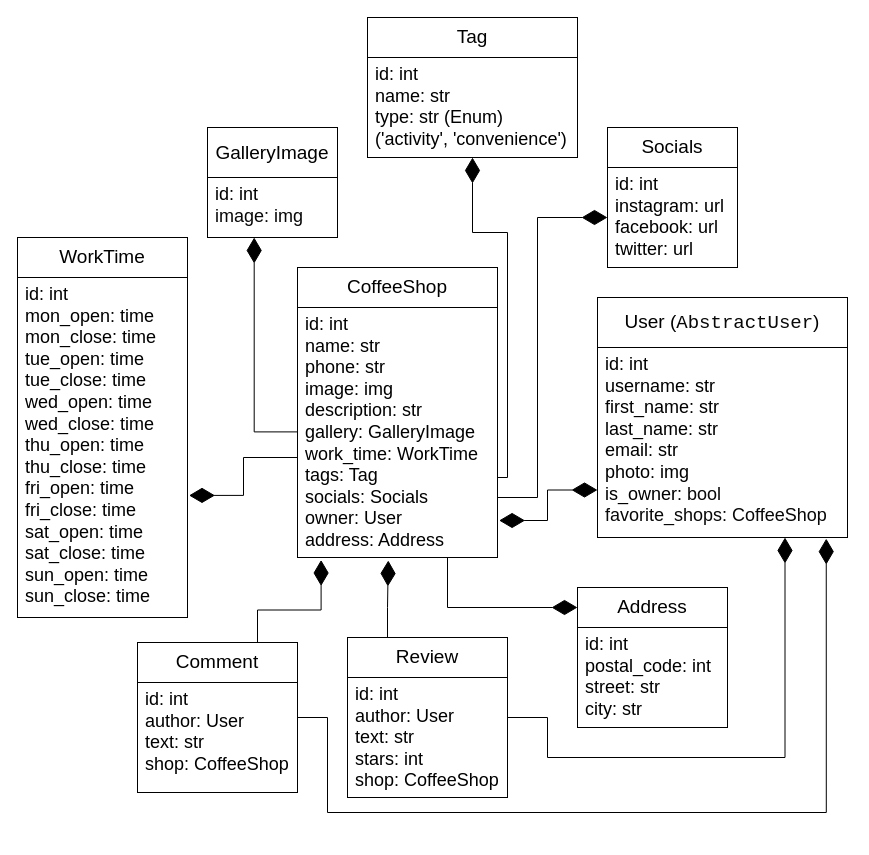
Before: db_diagram.drawio in haldaniko/coffee-shop-catalogue, a draw.io diagram. Source tidied: cells renumbered, new cells numbered last; positions are measured from the earlier drawing's top-left corner, leaving out a move shared by most shapes. Both pictures are drawn from the tidied source at 100%, with x=0, y=0 at pixel (17, 17).
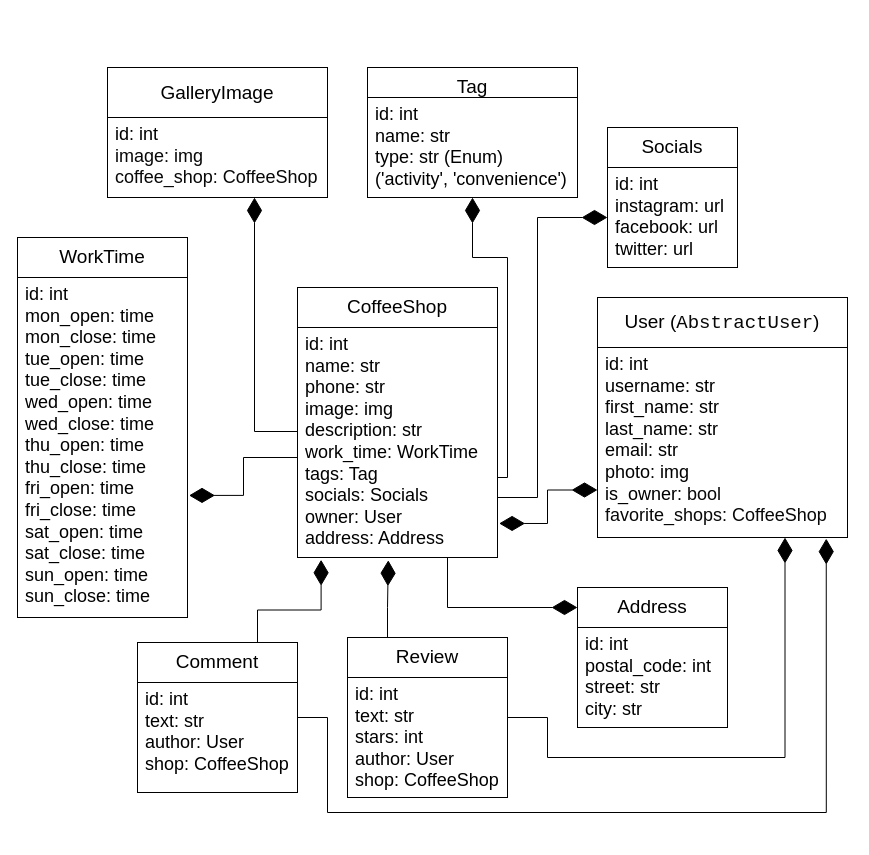
After the change.

Commit message:
rewrite db structure

Diff of the diagram source:
```diff
@@
     <mxCell id="2" value="&lt;p style=&quot;line-height: 100%;&quot;&gt;&lt;font style=&quot;font-size: 19px;&quot;&gt;CoffeeShop&lt;/font&gt;&lt;/p&gt;" style="rounded=0;whiteSpace=wrap;html=1;" parent="1" vertex="1">
-      <mxGeometry x="280" y="250" width="200" height="40" as="geometry" />
+      <mxGeometry x="280" y="270" width="200" height="40" as="geometry" />
     </mxCell>
@@
     <mxCell id="4" style="edgeStyle=orthogonalEdgeStyle;rounded=0;jettySize=auto;html=1;exitX=1;exitY=0.5;exitDx=0;exitDy=0;entryX=0.5;entryY=1;entryDx=0;entryDy=0;fontFamily=Helvetica;fontSize=18;endSize=23;startSize=23;endArrow=diamondThin;endFill=1;" parent="1" edge="1" source="7" target="9">
       <mxGeometry relative="1" as="geometry">
         <Array as="points">
+          <mxPoint x="480" y="415" />
           <mxPoint x="470" y="415" />
           <mxPoint x="470" y="460" />
           <mxPoint x="490" y="460" />
-          <mxPoint x="490" y="215" />
-          <mxPoint x="455" y="215" />
+          <mxPoint x="490" y="240" />
+          <mxPoint x="455" y="240" />
         </Array>
       </mxGeometry>
     </mxCell>
@@
-    <mxCell id="7" value="&lt;font style=&quot;font-size: 18px;&quot;&gt;id: int&lt;br style=&quot;font-size: 18px;&quot;&gt;name: str&lt;br style=&quot;font-size: 18px;&quot;&gt;phone: str&lt;br style=&quot;font-size: 18px;&quot;&gt;image: img&lt;br&gt;description: str&lt;br style=&quot;font-size: 18px;&quot;&gt;gallery: GalleryImage&lt;br&gt;&lt;div&gt;&lt;span style=&quot;background-color: initial;&quot;&gt;work_time: WorkTime&lt;/span&gt;&lt;/div&gt;tags: Tag&lt;br style=&quot;font-size: 18px;&quot;&gt;&lt;/font&gt;&lt;div style=&quot;font-size: 18px;&quot;&gt;&lt;span style=&quot;background-color: initial; font-size: 18px;&quot;&gt;&lt;font style=&quot;font-size: 18px;&quot;&gt;socials: Socials&lt;/font&gt;&lt;/span&gt;&lt;/div&gt;&lt;div style=&quot;font-size: 18px;&quot;&gt;&lt;span style=&quot;background-color: initial;&quot;&gt;owner: User&lt;br&gt;&lt;/span&gt;address: Address&amp;nbsp;&lt;br&gt;&lt;/div&gt;" style="rounded=0;whiteSpace=wrap;html=1;fontSize=18;align=left;verticalAlign=top;spacingLeft=6;" parent="1" vertex="1">
-      <mxGeometry x="280" y="290" width="200" height="250" as="geometry" />
+    <mxCell id="7" value="&lt;font style=&quot;font-size: 18px;&quot;&gt;id: int&lt;br style=&quot;font-size: 18px;&quot;&gt;name: str&lt;br style=&quot;font-size: 18px;&quot;&gt;phone: str&lt;br style=&quot;font-size: 18px;&quot;&gt;image: img&lt;br&gt;description: str&lt;br style=&quot;font-size: 18px;&quot;&gt;&lt;span style=&quot;background-color: initial;&quot;&gt;work_time: WorkTime&lt;/span&gt;&lt;br&gt;tags: Tag&lt;br style=&quot;font-size: 18px;&quot;&gt;&lt;/font&gt;&lt;div style=&quot;font-size: 18px;&quot;&gt;&lt;span style=&quot;background-color: initial; font-size: 18px;&quot;&gt;&lt;font style=&quot;font-size: 18px;&quot;&gt;socials: Socials&lt;/font&gt;&lt;/span&gt;&lt;/div&gt;&lt;div style=&quot;font-size: 18px;&quot;&gt;&lt;span style=&quot;background-color: initial;&quot;&gt;owner: User&lt;br&gt;&lt;/span&gt;address: Address&amp;nbsp;&lt;br&gt;&lt;/div&gt;" style="rounded=0;whiteSpace=wrap;html=1;fontSize=18;align=left;verticalAlign=top;spacingLeft=6;" parent="1" vertex="1">
+      <mxGeometry x="280" y="310" width="200" height="230" as="geometry" />
     </mxCell>
     <mxCell id="8" value="&lt;span style=&quot;font-size: 19px;&quot;&gt;Tag&lt;/span&gt;" style="rounded=0;whiteSpace=wrap;html=1;" parent="1" vertex="1">
-      <mxGeometry x="350" width="210" height="40" as="geometry" />
+      <mxGeometry x="350" y="50" width="210" height="40" as="geometry" />
     </mxCell>
     <mxCell id="9" value="id: int&lt;br style=&quot;font-size: 18px;&quot;&gt;&lt;div style=&quot;font-size: 18px;&quot;&gt;&lt;span style=&quot;background-color: initial; font-size: 18px;&quot;&gt;name: str&lt;/span&gt;&lt;/div&gt;&lt;div style=&quot;font-size: 18px;&quot;&gt;&lt;span style=&quot;background-color: initial; font-size: 18px;&quot;&gt;type:&amp;nbsp;&lt;/span&gt;str (Enum)&lt;br style=&quot;font-size: 18px;&quot;&gt;('activity', 'convenience')&lt;br style=&quot;font-size: 18px;&quot;&gt;&lt;/div&gt;" style="rounded=0;whiteSpace=wrap;html=1;fontSize=18;spacingLeft=6;align=left;verticalAlign=top;" parent="1" vertex="1">
-      <mxGeometry x="350" y="40" width="210" height="100" as="geometry" />
+      <mxGeometry x="350" y="80" width="210" height="100" as="geometry" />
     </mxCell>
@@
-    <mxCell id="21" value="id: int&lt;br style=&quot;font-size: 18px;&quot;&gt;&lt;div style=&quot;font-size: 18px;&quot;&gt;author: User&lt;br&gt;&lt;span style=&quot;background-color: initial; font-size: 18px;&quot;&gt;text: str&lt;/span&gt;&lt;/div&gt;&lt;div style=&quot;font-size: 18px;&quot;&gt;stars: int&lt;br style=&quot;font-size: 18px;&quot;&gt;shop: CoffeeShop&lt;/div&gt;" style="rounded=0;whiteSpace=wrap;html=1;fontSize=18;spacingLeft=6;align=left;verticalAlign=top;" parent="1" vertex="1">
+    <mxCell id="21" value="id: int&lt;br&gt;&lt;div&gt;&lt;span style=&quot;background-color: initial;&quot;&gt;text: str&lt;/span&gt;&lt;/div&gt;&lt;div&gt;stars: int&lt;/div&gt;&lt;div style=&quot;font-size: 18px;&quot;&gt;author: User&lt;br&gt;&lt;/div&gt;&lt;div style=&quot;font-size: 18px;&quot;&gt;shop: CoffeeShop&lt;/div&gt;" style="rounded=0;whiteSpace=wrap;html=1;fontSize=18;spacingLeft=6;align=left;verticalAlign=top;" parent="1" vertex="1">
       <mxGeometry x="330" y="660" width="160" height="120" as="geometry" />
     </mxCell>
@@
-    <mxCell id="23" value="&lt;span style=&quot;font-size: 18px;&quot;&gt;id: int&lt;br style=&quot;font-size: 18px;&quot;&gt;author: User&lt;br style=&quot;font-size: 18px;&quot;&gt;text: str&lt;br style=&quot;font-size: 18px;&quot;&gt;shop: CoffeeShop&lt;br style=&quot;font-size: 18px;&quot;&gt;&lt;/span&gt;&lt;span style=&quot;font-size: 18px;&quot;&gt;&lt;br style=&quot;font-size: 18px;&quot;&gt;&lt;/span&gt;" style="rounded=0;whiteSpace=wrap;html=1;fontSize=18;align=left;verticalAlign=top;spacingLeft=6;" parent="1" vertex="1">
+    <mxCell id="23" value="&lt;span style=&quot;font-size: 18px;&quot;&gt;id: int&lt;br&gt;&lt;/span&gt;text: str&lt;span style=&quot;font-size: 18px;&quot;&gt;&lt;br style=&quot;font-size: 18px;&quot;&gt;author: User&lt;br style=&quot;font-size: 18px;&quot;&gt;shop: CoffeeShop&lt;br style=&quot;font-size: 18px;&quot;&gt;&lt;/span&gt;&lt;span style=&quot;font-size: 18px;&quot;&gt;&lt;br style=&quot;font-size: 18px;&quot;&gt;&lt;/span&gt;" style="rounded=0;whiteSpace=wrap;html=1;fontSize=18;align=left;verticalAlign=top;spacingLeft=6;" parent="1" vertex="1">
       <mxGeometry x="120" y="665" width="160" height="110" as="geometry" />
     </mxCell>
@@
-    <mxCell id="27" value="&lt;font style=&quot;font-size: 18px;&quot;&gt;id: int&lt;br style=&quot;font-size: 18px;&quot;&gt;&lt;/font&gt;&lt;span style=&quot;background-color: rgb(255, 255, 255); color: rgb(8, 8, 8); font-size: 18px;&quot;&gt;image: img&lt;br&gt;&lt;br style=&quot;font-size: 18px;&quot;&gt;&lt;/span&gt;" style="rounded=0;whiteSpace=wrap;html=1;fontSize=18;align=left;verticalAlign=top;spacingLeft=6;direction=south;" parent="1" vertex="1">
-      <mxGeometry x="190" y="160" width="130" height="60" as="geometry" />
+    <mxCell id="27" value="&lt;font style=&quot;font-size: 18px;&quot;&gt;id: int&lt;br style=&quot;font-size: 18px;&quot;&gt;&lt;/font&gt;&lt;span style=&quot;background-color: rgb(255, 255, 255); color: rgb(8, 8, 8); font-size: 18px;&quot;&gt;image: img&lt;br&gt;coffee_shop: CoffeeShop&lt;br style=&quot;font-size: 18px;&quot;&gt;&lt;/span&gt;" style="rounded=0;whiteSpace=wrap;html=1;fontSize=18;align=left;verticalAlign=top;spacingLeft=6;direction=south;" parent="1" vertex="1">
+      <mxGeometry x="90" y="100" width="220" height="80" as="geometry" />
     </mxCell>
     <mxCell id="28" value="&lt;p style=&quot;line-height: 100%; font-size: 19px;&quot;&gt;GalleryImage&lt;/p&gt;" style="rounded=0;whiteSpace=wrap;html=1;align=center;" parent="1" vertex="1">
-      <mxGeometry x="190" y="110" width="130" height="50" as="geometry" />
+      <mxGeometry x="90" y="50" width="220" height="50" as="geometry" />
     </mxCell>
-    <mxCell id="29" style="edgeStyle=orthogonalEdgeStyle;rounded=0;orthogonalLoop=1;jettySize=auto;html=1;exitX=0;exitY=0.5;exitDx=0;exitDy=0;entryX=1.093;entryY=0.641;entryDx=0;entryDy=0;entryPerimeter=0;fontFamily=Helvetica;fontSize=18;endSize=23;startSize=23;endArrow=diamondThin;endFill=1;" parent="1" edge="1">
+    <mxCell id="29" style="edgeStyle=orthogonalEdgeStyle;rounded=0;jettySize=auto;html=1;exitX=0;exitY=0.5;exitDx=0;exitDy=0;fontFamily=Helvetica;fontSize=18;endSize=23;startSize=23;endArrow=diamondThin;endFill=1;" parent="1" edge="1" target="27">
       <mxGeometry relative="1" as="geometry">
         <mxPoint x="280" y="409.4" as="sourcePoint" />
-        <mxPoint x="236.7" y="220" as="targetPoint" />
         <Array as="points">
-          <mxPoint x="280" y="414.4" />
-          <mxPoint x="237" y="414.4" />
+          <mxPoint x="280" y="414" />
+          <mxPoint x="237" y="414" />
         </Array>
       </mxGeometry>
     </mxCell>
```
